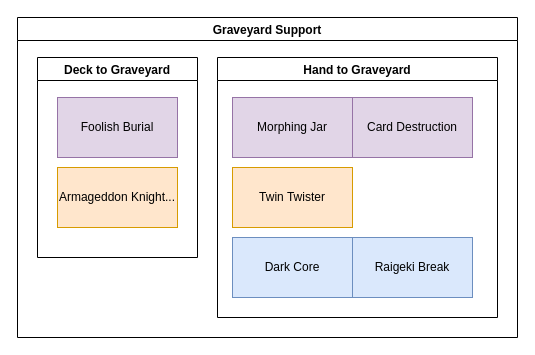
The draw.io diagram MasterDuel/Johnny.drawio in valenwave/Drawio, before the edit. Source tidied: cells renumbered, new cells numbered last; positions are measured from the earlier drawing's top-left corner, leaving out a move shared by most shapes. Both pictures are drawn from the tidied source at 100%, with x=0, y=0 at pixel (17, 17).
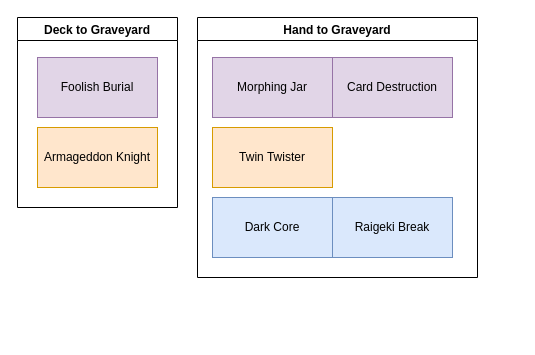
Above is the later version.

Commit message:
Remove outer layer

Change to the diagram source:
```diff
@@
 <mxGraphModel>
   <root>
     <mxCell id="0" />
     <mxCell id="1" parent="0" />
-    <mxCell id="2" value="Graveyard Support" style="swimlane;" parent="1" vertex="1">
-      <mxGeometry width="500" height="320" as="geometry" />
-    </mxCell>
-    <mxCell id="3" value="Deck to Graveyard" style="swimlane;" parent="2" vertex="1">
-      <mxGeometry x="20" y="40" width="160" height="200" as="geometry" />
+    <mxCell id="3" value="Deck to Graveyard" style="swimlane;" parent="1" vertex="1">
+      <mxGeometry width="160" height="190" as="geometry" />
     </mxCell>
     <mxCell id="4" value="Foolish Burial" style="whiteSpace=wrap;html=1;fillColor=#e1d5e7;strokeColor=#9673a6;" parent="3" vertex="1">
       <mxGeometry x="20" y="40" width="120" height="60" as="geometry" />
     </mxCell>
-    <mxCell id="5" value="Armageddon Knight..." style="whiteSpace=wrap;html=1;fillColor=#ffe6cc;strokeColor=#d79b00;" parent="3" vertex="1">
+    <mxCell id="5" value="Armageddon Knight" style="whiteSpace=wrap;html=1;fillColor=#ffe6cc;strokeColor=#d79b00;" parent="3" vertex="1">
       <mxGeometry x="20" y="110" width="120" height="60" as="geometry" />
     </mxCell>
-    <mxCell id="6" value="Hand to Graveyard" style="swimlane;" parent="2" vertex="1">
-      <mxGeometry x="200" y="40" width="280" height="260" as="geometry" />
+    <mxCell id="6" value="Hand to Graveyard" style="swimlane;" parent="1" vertex="1">
+      <mxGeometry x="180" width="280" height="260" as="geometry" />
     </mxCell>
     <mxCell id="7" value="Morphing Jar" style="whiteSpace=wrap;html=1;fillColor=#e1d5e7;strokeColor=#9673a6;" parent="6" vertex="1">
       <mxGeometry x="15" y="40" width="120" height="60" as="geometry" />
     </mxCell>
     <mxCell id="8" value="Raigeki Break" style="whiteSpace=wrap;html=1;fillColor=#dae8fc;strokeColor=#6c8ebf;" parent="6" vertex="1">
       <mxGeometry x="135" y="180" width="120" height="60" as="geometry" />
     </mxCell>
     <mxCell id="9" value="Dark Core" style="whiteSpace=wrap;html=1;fillColor=#dae8fc;strokeColor=#6c8ebf;" parent="6" vertex="1">
       <mxGeometry x="15" y="180" width="120" height="60" as="geometry" />
     </mxCell>
     <mxCell id="10" value="Twin Twister" style="whiteSpace=wrap;html=1;fillColor=#ffe6cc;strokeColor=#d79b00;" parent="6" vertex="1">
       <mxGeometry x="15" y="110" width="120" height="60" as="geometry" />
     </mxCell>
     <mxCell id="11" value="Card Destruction" style="whiteSpace=wrap;html=1;fillColor=#e1d5e7;strokeColor=#9673a6;" parent="6" vertex="1">
       <mxGeometry x="135" y="40" width="120" height="60" as="geometry" />
     </mxCell>
   </root>
 </mxGraphModel>
```
